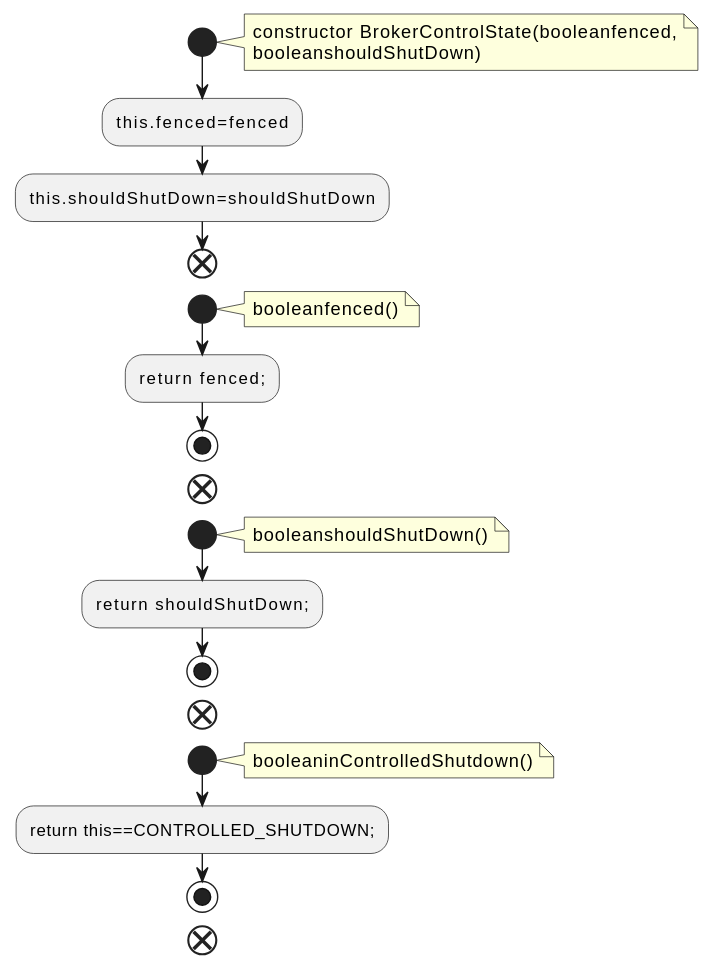
qualitesys/kafka keeps this PlantUML diagram as docs/qc/metadata/src/main/java/org/apache/kafka/controller/BrokerControlState.java.fct.svg. Above is the earlier version.
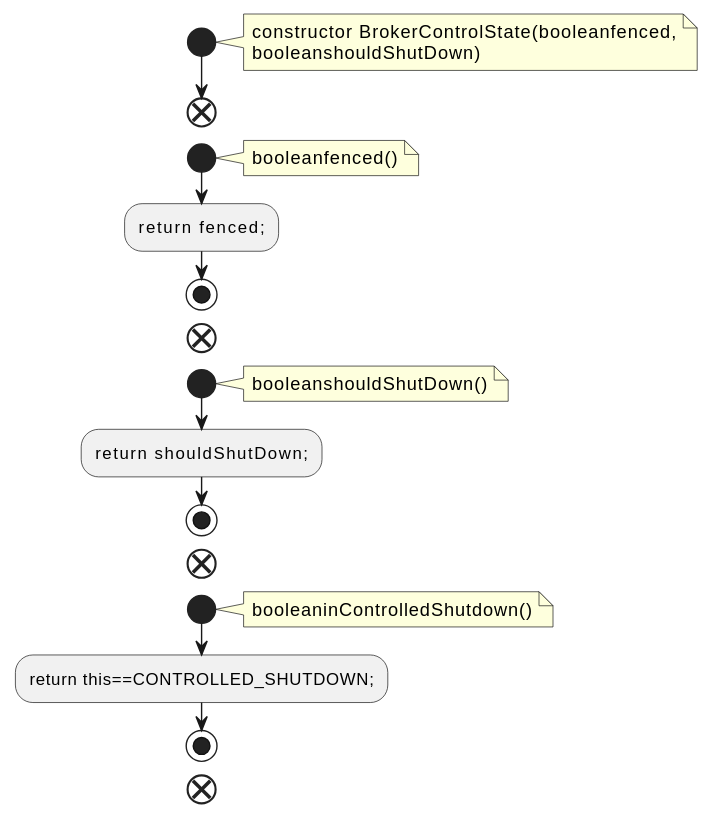
After the commit.

Diff of the diagram source:
```diff
@@ -5,8 +5,6 @@
 constructor BrokerControlState(booleanfenced,
 booleanshouldShutDown)
 end note
-:this.fenced=fenced;
-:this.shouldShutDown=shouldShutDown;
 end
 start
 note right
```
